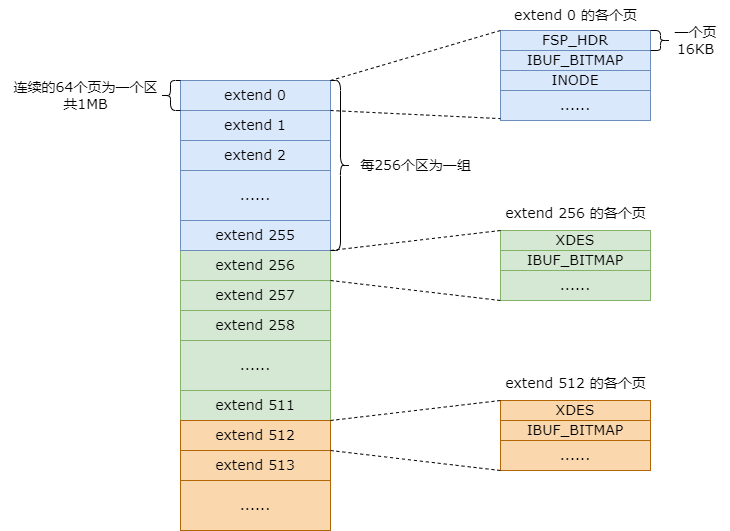
Above: database/表空间结构.drawio.png in guxdong/imgrepo (draw.io), before the change. Source tidied: cells renumbered, new cells last; positions are measured from the earlier drawing's top-left corner, leaving out a move shared by most shapes.
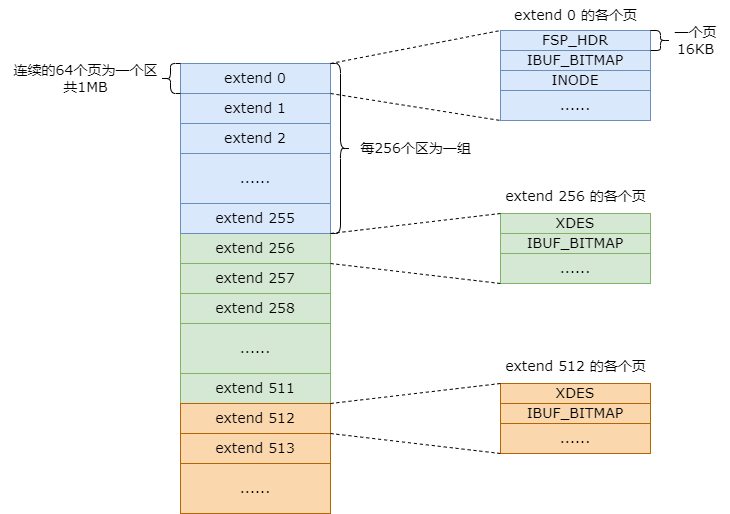
The same file after the commit.

Commit message:
更新表空间结构.drawio.png

The edit, as a diff of the source:
```diff
@@ -51,7 +51,7 @@
       <mxGeometry y="70" width="170" height="50" as="geometry" />
     </mxCell>
     <mxCell id="18" style="group;" parent="1" vertex="1">
-      <mxGeometry x="500" y="30" width="150" height="90" as="geometry" />
+      <mxGeometry x="500" y="47" width="150" height="90" as="geometry" />
     </mxCell>
     <mxCell id="19" value="&lt;font face=&quot;Verdana&quot; style=&quot;font-size: 14px;&quot;&gt;FSP_HDR&lt;/font&gt;" style="rounded=0;whiteSpace=wrap;html=1;fillColor=#dae8fc;strokeColor=#6c8ebf;" parent="18" vertex="1">
       <mxGeometry width="150" height="20" as="geometry" />
@@ -68,17 +68,17 @@
     <mxCell id="23" style="endArrow=none;dashed=1;html=1;rounded=0;entryX=0;entryY=0;entryDx=0;entryDy=0;exitX=1;exitY=0;exitDx=0;exitDy=0;" parent="1" edge="1" source="10" target="19">
       <mxGeometry relative="1" as="geometry" />
     </mxCell>
-    <mxCell id="24" style="endArrow=none;dashed=1;html=1;rounded=0;entryX=-0.001;entryY=0.937;entryDx=0;entryDy=0;entryPerimeter=0;exitX=1;exitY=1;exitDx=0;exitDy=0;" parent="1" edge="1" source="10" target="22">
+    <mxCell id="24" style="endArrow=none;dashed=1;html=1;rounded=0;exitX=1;exitY=1;exitDx=0;exitDy=0;entryX=0;entryY=1;entryDx=0;entryDy=0;" parent="1" edge="1" source="10" target="22">
       <mxGeometry relative="1" as="geometry" />
     </mxCell>
     <mxCell id="25" style="shape=curlyBracket;whiteSpace=wrap;html=1;rounded=1;flipH=1;labelPosition=right;verticalLabelPosition=middle;align=left;verticalAlign=middle;" parent="1" vertex="1">
-      <mxGeometry x="650" y="30" width="20" height="20" as="geometry" />
+      <mxGeometry x="650" y="47" width="20" height="20" as="geometry" />
     </mxCell>
     <mxCell id="26" value="&lt;font face=&quot;Verdana&quot; style=&quot;font-size: 14px;&quot;&gt;一个页&lt;/font&gt;&lt;div&gt;&lt;font face=&quot;Verdana&quot; style=&quot;font-size: 14px;&quot;&gt;16KB&lt;/font&gt;&lt;/div&gt;" style="text;html=1;align=center;verticalAlign=middle;strokeColor=none;fillColor=none;" parent="1" vertex="1">
-      <mxGeometry x="660" y="15" width="70" height="50" as="geometry" />
+      <mxGeometry x="660" y="32" width="70" height="50" as="geometry" />
     </mxCell>
     <mxCell id="27" value="&lt;font face=&quot;Verdana&quot; style=&quot;font-size: 14px;&quot;&gt;extend 0 的各个页&lt;/font&gt;" style="text;html=1;align=center;verticalAlign=middle;strokeColor=none;fillColor=none;" parent="1" vertex="1">
-      <mxGeometry x="500" width="150" height="30" as="geometry" />
+      <mxGeometry x="500" y="17" width="150" height="30" as="geometry" />
     </mxCell>
     <mxCell id="28" style="group;" parent="1" vertex="1">
       <mxGeometry x="500" y="230" width="150" height="70" as="geometry" />
```
